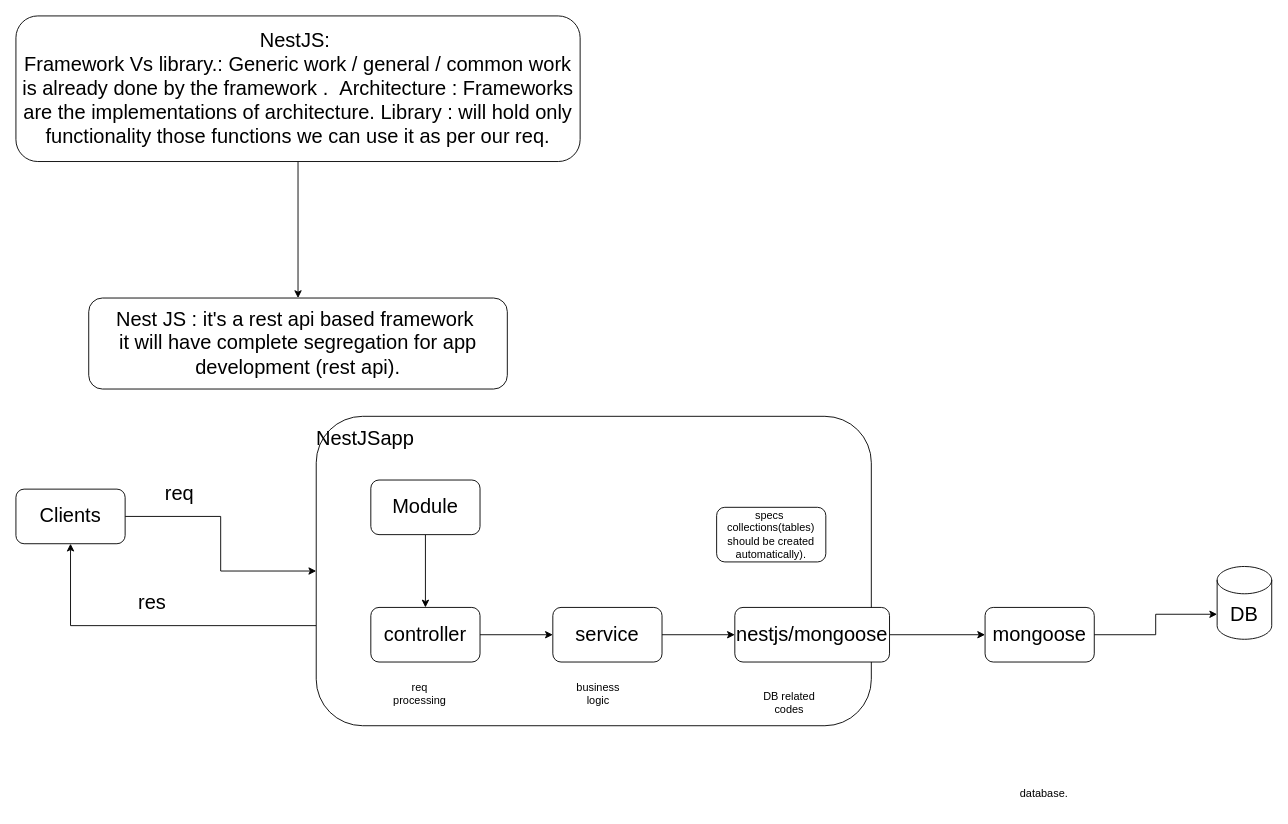
The draw.io diagram page "Page-1" (1 of 5) of nest.drawio in abhinandanchivate/nests-ks-01, before the edit. Source tidied: cells renumbered, new cells numbered last; positions are measured from the earlier drawing's top-left corner, leaving out a move shared by most shapes. Both pictures are drawn from the tidied source at 91%, with x=0, y=0 at pixel (15, 15).
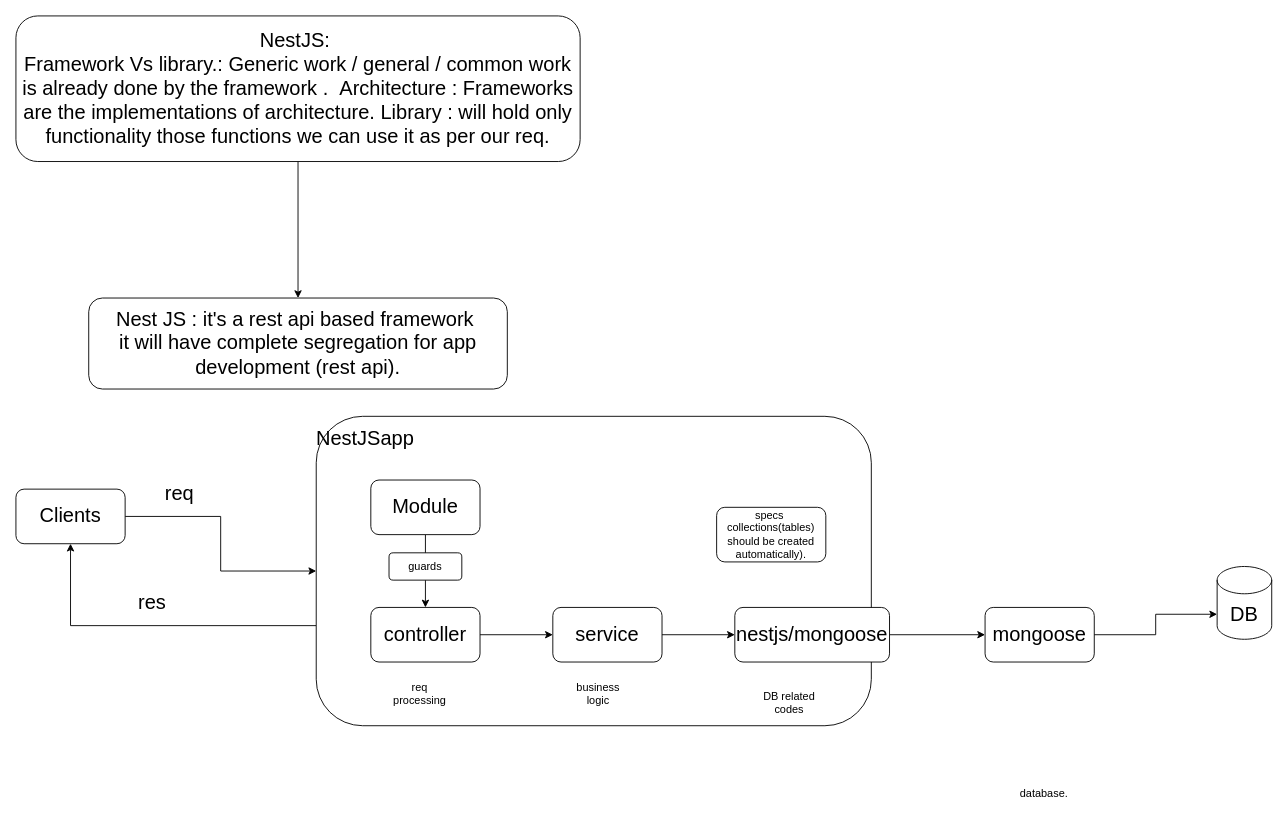
The same diagram, later.

Diff of the diagram source:
```diff
@@
+    <mxCell id="28" value="guards" style="rounded=1;whiteSpace=wrap;html=1;" parent="1" vertex="1">
+      <mxGeometry x="410" y="590" width="80" height="30" as="geometry" />
+    </mxCell>
```
